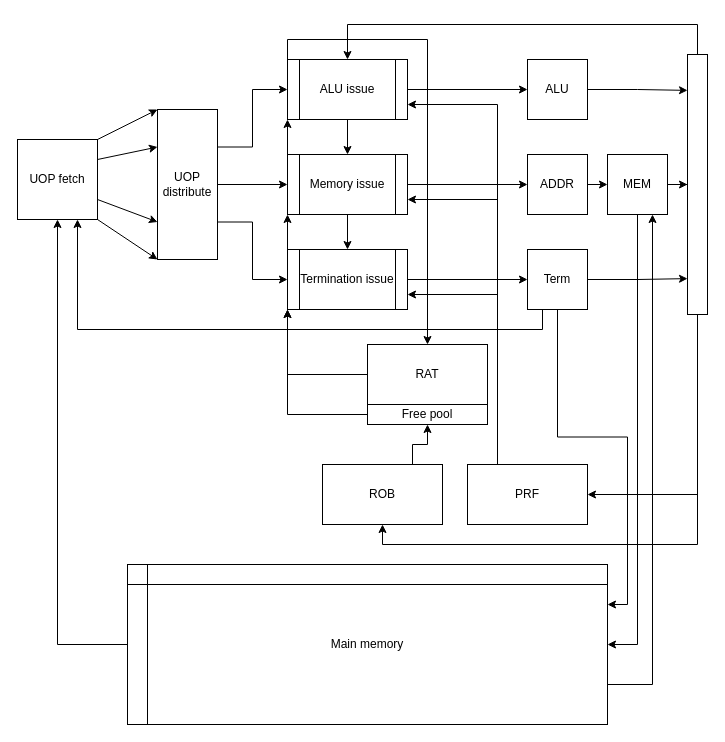
LithosphereRocketry/OoO_6502 keeps this draw.io diagram as block-diagram.drawio. Above is the earlier version. Source tidied: cells renumbered, new cells numbered last; positions are measured from the earlier drawing's top-left corner, leaving out a move shared by most shapes. Both pictures are drawn from the tidied source at 100%, with x=0, y=0 at pixel (17, 24).
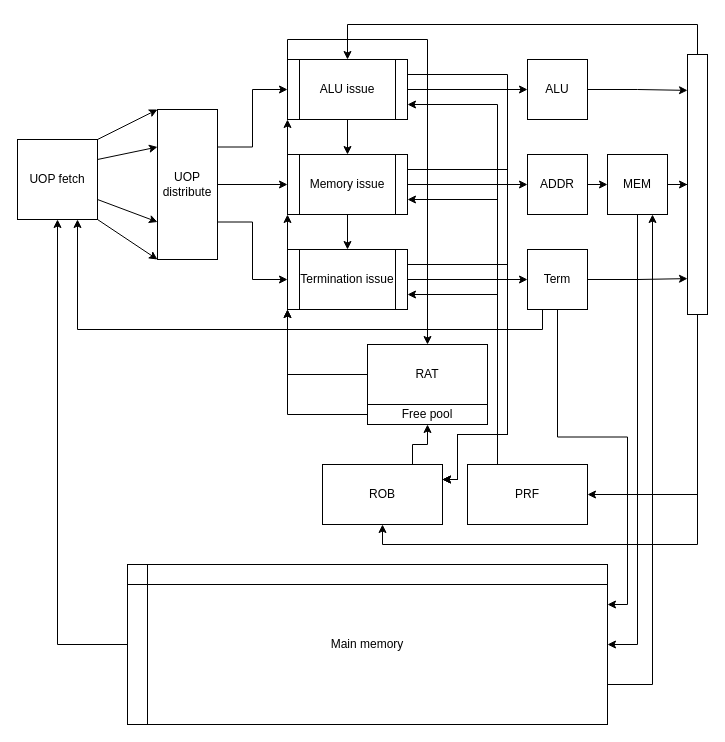
The same diagram, later.

Commit message:
Oops forgot a line

The change refers to these unchanged cells:
```xml
<mxCell id="17" value="ALU issue" style="shape=process;whiteSpace=wrap;html=1;backgroundOutline=1;" parent="1" vertex="1">
  <mxGeometry x="270" y="35" width="120" height="60" as="geometry" />
</mxCell>
<mxCell id="21" value="Memory issue" style="shape=process;whiteSpace=wrap;html=1;backgroundOutline=1;" parent="1" vertex="1">
  <mxGeometry x="270" y="130" width="120" height="60" as="geometry" />
</mxCell>
<mxCell id="24" value="Termination issue" style="shape=process;whiteSpace=wrap;html=1;backgroundOutline=1;" parent="1" vertex="1">
  <mxGeometry x="270" y="225" width="120" height="60" as="geometry" />
</mxCell>
<mxCell id="39" value="ROB" style="rounded=0;whiteSpace=wrap;html=1;" parent="1" vertex="1">
  <mxGeometry x="305" y="440" width="120" height="60" as="geometry" />
</mxCell>
```

What changed in the source:
```diff
@@
+    <mxCell id="50" style="edgeStyle=orthogonalEdgeStyle;rounded=0;jettySize=auto;html=1;exitX=1;exitY=0.25;exitDx=0;exitDy=0;entryX=1;entryY=0.25;entryDx=0;entryDy=0;" parent="1" edge="1" source="17" target="39">
+      <mxGeometry relative="1" as="geometry">
+        <Array as="points">
+          <mxPoint x="490" y="50" />
+          <mxPoint x="490" y="410" />
+          <mxPoint x="440" y="410" />
+          <mxPoint x="440" y="455" />
+        </Array>
+      </mxGeometry>
+    </mxCell>
@@
+    <mxCell id="51" style="edgeStyle=orthogonalEdgeStyle;rounded=0;jettySize=auto;html=1;exitX=1;exitY=0.25;exitDx=0;exitDy=0;entryX=1;entryY=0.25;entryDx=0;entryDy=0;" parent="1" edge="1" source="21" target="39">
+      <mxGeometry relative="1" as="geometry">
+        <Array as="points">
+          <mxPoint x="490" y="145" />
+          <mxPoint x="490" y="410" />
+          <mxPoint x="440" y="410" />
+          <mxPoint x="440" y="455" />
+        </Array>
+      </mxGeometry>
+    </mxCell>
@@
+    <mxCell id="52" style="edgeStyle=orthogonalEdgeStyle;rounded=0;jettySize=auto;html=1;exitX=1;exitY=0.25;exitDx=0;exitDy=0;entryX=1;entryY=0.25;entryDx=0;entryDy=0;" parent="1" edge="1" source="24" target="39">
+      <mxGeometry relative="1" as="geometry">
+        <Array as="points">
+          <mxPoint x="490" y="240" />
+          <mxPoint x="490" y="410" />
+          <mxPoint x="440" y="410" />
+          <mxPoint x="440" y="455" />
+        </Array>
+      </mxGeometry>
+    </mxCell>
```
